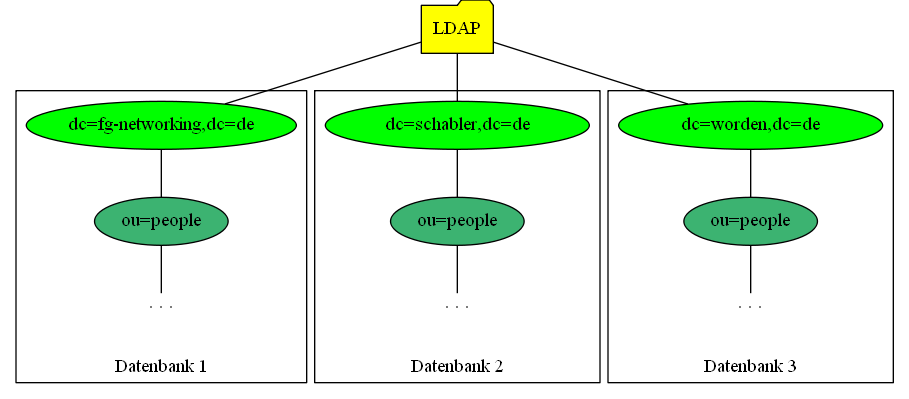
Before: Presentation LDAP-RADIUS/Bilder/LDAP-fgn-planned.png, a diagram exported from Graphviz (Gabelvampir/ty-stuff). Its source is kept beside it as Presentation LDAP-RADIUS/Bilder/LDAP-fgn-planned.dot.
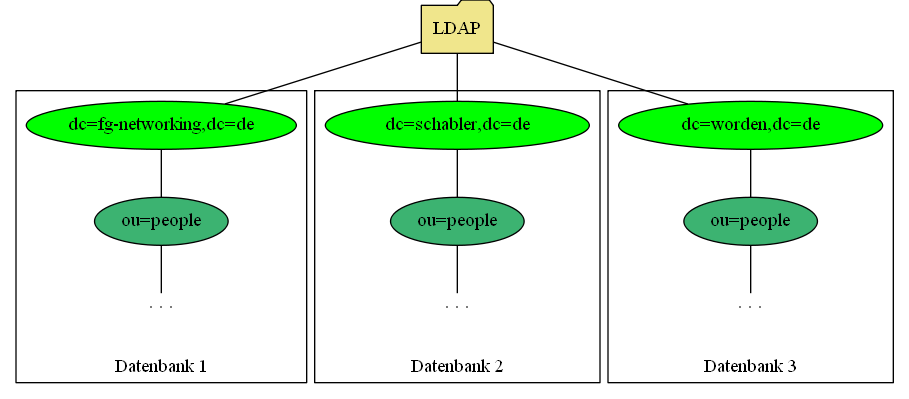
Above is the later version.

Change to the diagram source:
```diff
@@ -21,7 +21,7 @@
   label="Datenbank 3";
   labelloc=b;
 }
-  root [label="LDAP", shape=folder, style="filled", fillcolor="yellow"];
+  root [label="LDAP", shape=folder, style="filled", fillcolor="khaki"];
   root -- fgn;
   root -- schabler;
   root -- worden;
```
